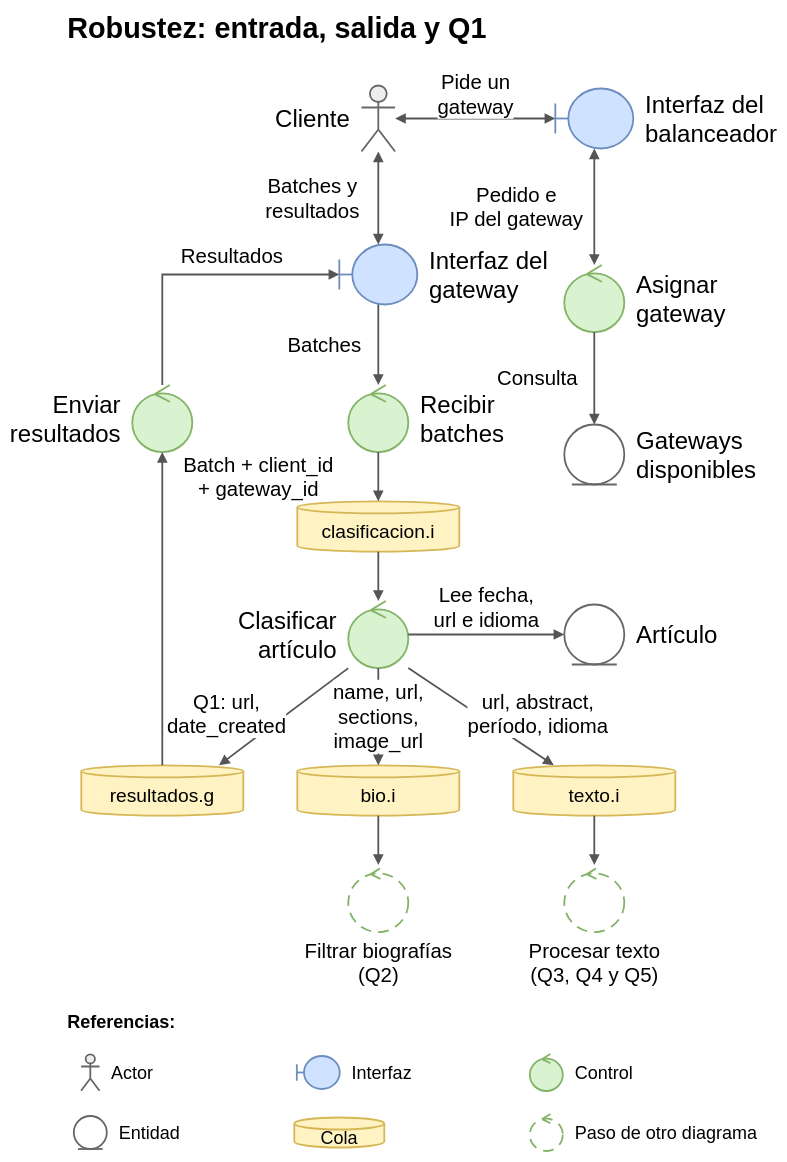
Above: page "Robustez - Entrada, salida y Q1" (1 of 4) of diagramas_internos/robustez.drawio in Cristobal710/tp-final-distribuidos (draw.io), before the change. Source tidied: cells renumbered, new cells numbered last; positions are measured from the earlier drawing's top-left corner, leaving out a move shared by most shapes. Both pictures are drawn from the tidied source at 60%, with x=0, y=0 at pixel (66, 10).
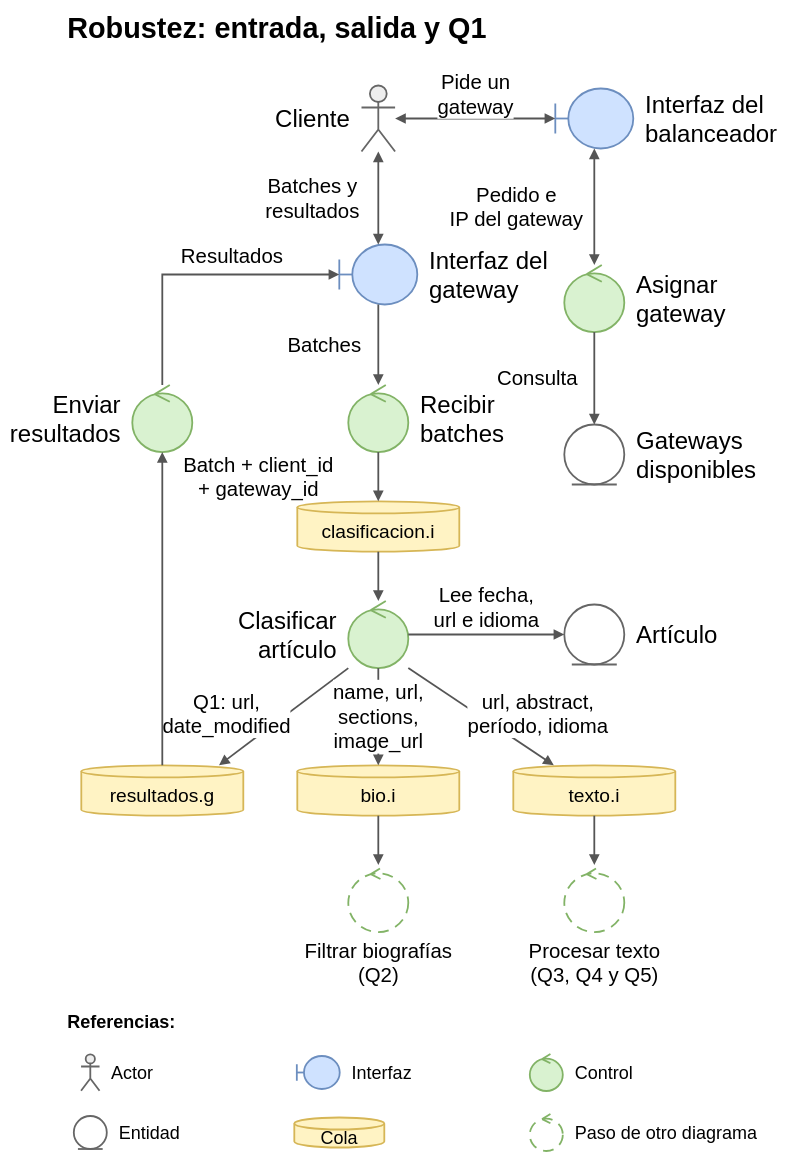
After the change.

Unchanged cells that the change refers to:
```xml
<mxCell id="10" value="Clasificar&lt;br&gt;artículo" style="shape=umlControl;fillColor=#d9f2d0;strokeColor=#82b366;verticalLabelPosition=middle;verticalAlign=middle;labelPosition=left;align=right;spacingRight=18;html=1;whiteSpace=nowrap;strokeWidth=3;fontFamily=Calibri;fontSize=40;" parent="1" vertex="1">
  <mxGeometry x="470" y="984" width="100" height="112" as="geometry" />
</mxCell>
<mxCell id="13" value="resultados.g" style="shape=cylinder3;boundedLbl=1;size=10;whiteSpace=wrap;html=1;fillColor=#fff3c4;strokeColor=#d6b656;strokeWidth=3;fontFamily=Calibri;fontSize=32;" parent="1" vertex="1">
  <mxGeometry x="25" y="1258" width="270" height="84" as="geometry" />
</mxCell>
```

Diff of the diagram source:
```diff
@@
-    <mxCell id="26" value="Q1: url,&lt;br&gt;date_created" style="endArrow=block;endFill=1;endSize=10;html=1;rounded=0;strokeColor=#555555;strokeWidth=3;labelBackgroundColor=#ffffff;fontFamily=Calibri;fontSize=34;exitX=0;exitY=1;exitDx=0;exitDy=0;entryX=0.85;entryY=0;entryDx=0;entryDy=0;" parent="1" edge="1" source="10" target="13">
+    <mxCell id="26" value="Q1: url,&lt;br&gt;date_modified" style="endArrow=block;endFill=1;endSize=10;html=1;rounded=0;strokeColor=#555555;strokeWidth=3;labelBackgroundColor=#ffffff;fontFamily=Calibri;fontSize=34;exitX=0;exitY=1;exitDx=0;exitDy=0;entryX=0.85;entryY=0;entryDx=0;entryDy=0;" parent="1" edge="1" source="10" target="13">
       <mxGeometry relative="1" as="geometry">
         <mxPoint x="-95" y="-5" as="offset" />
       </mxGeometry>
     </mxCell>
```
